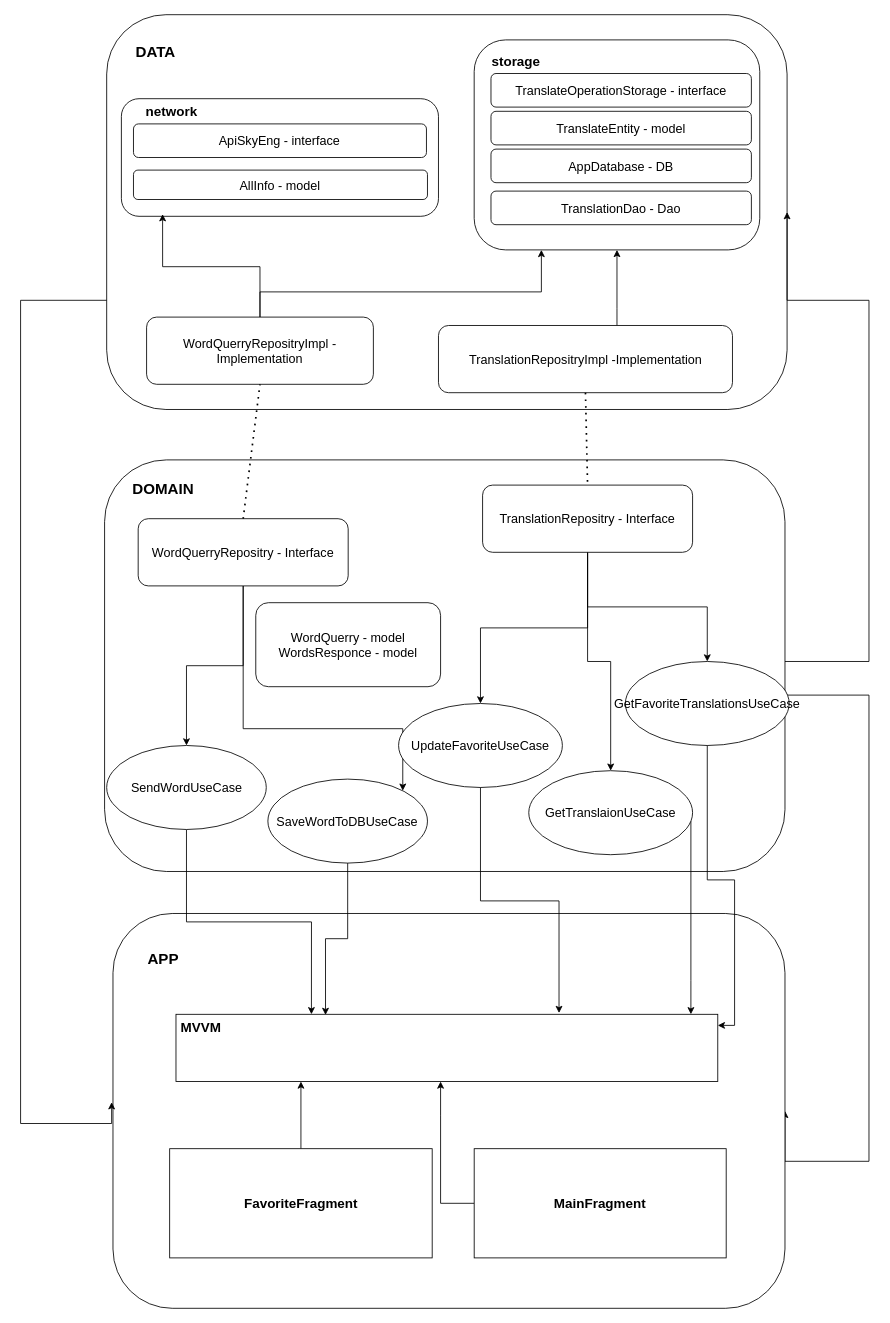
Before: architecture.drawio in borsalinho/translator, a draw.io diagram. Source tidied: cells renumbered, new cells numbered last; positions are measured from the earlier drawing's top-left corner, leaving out a move shared by most shapes. Both pictures are drawn from the tidied source at 84%, with x=0, y=0 at pixel (20, 14).
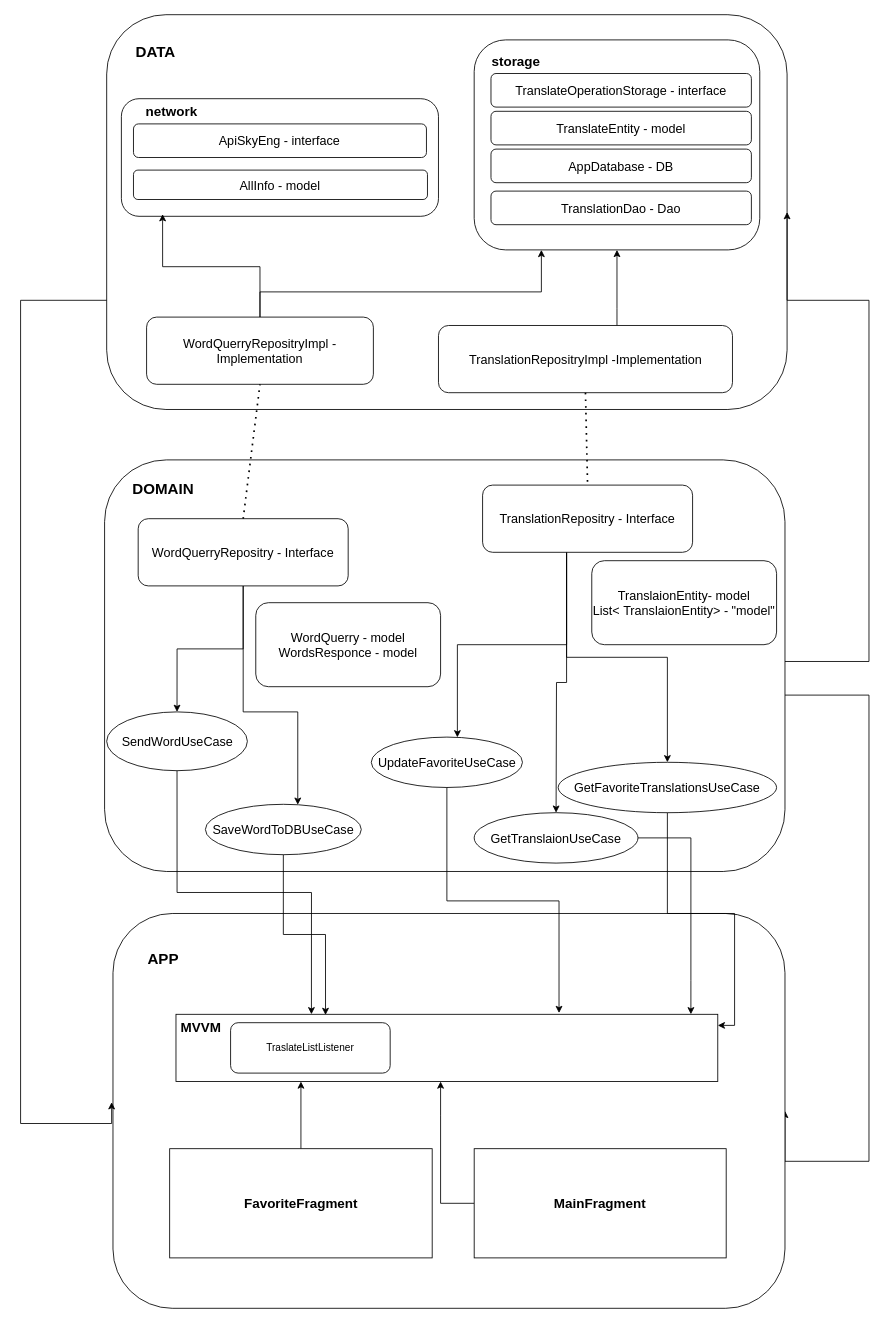
After the change.

The change refers to these unchanged cells:
```xml
<mxCell id="24" value="&lt;span style=&quot;font-size: 15px;&quot;&gt;WordQuerry&lt;/span&gt;&lt;span style=&quot;font-size: 15px; background-color: initial;&quot;&gt;Repositry - Interface&lt;/span&gt;" style="rounded=1;whiteSpace=wrap;html=1;" parent="1" vertex="1">
  <mxGeometry x="140" y="600" width="250" height="80" as="geometry" />
</mxCell>
<mxCell id="43" value="&lt;span style=&quot;font-size: 15px;&quot;&gt;TranslationRepositry - Interface&lt;/span&gt;" style="rounded=1;whiteSpace=wrap;html=1;" parent="1" vertex="1">
  <mxGeometry x="550" y="560" width="250" height="80" as="geometry" />
</mxCell>
```

Change to the diagram source:
```diff
@@
     <mxCell id="17" value="&lt;span style=&quot;font-size: 15px;&quot;&gt;SendWordUseCase&lt;/span&gt;" style="ellipse;whiteSpace=wrap;html=1;" parent="1" vertex="1">
-      <mxGeometry x="102.5" y="870" width="190" height="100" as="geometry" />
+      <mxGeometry x="102.5" y="830" width="167.5" height="70" as="geometry" />
     </mxCell>
@@
     <mxCell id="19" value="&lt;span style=&quot;font-size: 15px;&quot;&gt;GetTranslaionUseCase&lt;/span&gt;" style="ellipse;whiteSpace=wrap;html=1;" parent="1" vertex="1">
-      <mxGeometry x="605" y="900" width="195" height="100" as="geometry" />
+      <mxGeometry x="540" y="950" width="195" height="60" as="geometry" />
     </mxCell>
@@
     <mxCell id="23" style="edgeStyle=orthogonalEdgeStyle;rounded=0;jettySize=auto;html=1;" parent="1" edge="1" source="24" target="49">
       <mxGeometry relative="1" as="geometry">
         <Array as="points">
-          <mxPoint x="265" y="850" />
-          <mxPoint x="455" y="850" />
+          <mxPoint x="265" y="830" />
+          <mxPoint x="330" y="830" />
         </Array>
       </mxGeometry>
     </mxCell>
@@
     <mxCell id="40" style="edgeStyle=orthogonalEdgeStyle;rounded=0;jettySize=auto;html=1;" parent="1" edge="1" source="43" target="19">
-      <mxGeometry relative="1" as="geometry" />
+      <mxGeometry relative="1" as="geometry">
+        <Array as="points">
+          <mxPoint x="650" y="795" />
+          <mxPoint x="638" y="795" />
+        </Array>
+      </mxGeometry>
     </mxCell>
     <mxCell id="41" style="edgeStyle=orthogonalEdgeStyle;rounded=0;jettySize=auto;html=1;" parent="1" edge="1" source="43" target="51">
-      <mxGeometry relative="1" as="geometry" />
+      <mxGeometry relative="1" as="geometry">
+        <Array as="points">
+          <mxPoint x="650" y="750" />
+          <mxPoint x="520" y="750" />
+        </Array>
+      </mxGeometry>
     </mxCell>
     <mxCell id="42" style="edgeStyle=orthogonalEdgeStyle;rounded=0;jettySize=auto;html=1;" parent="1" edge="1" source="43" target="53">
-      <mxGeometry relative="1" as="geometry" />
+      <mxGeometry relative="1" as="geometry">
+        <Array as="points">
+          <mxPoint x="650" y="765" />
+          <mxPoint x="770" y="765" />
+        </Array>
+      </mxGeometry>
     </mxCell>
@@
     <mxCell id="49" value="&lt;span style=&quot;font-size: 15px;&quot;&gt;SaveWordToDBUseCase&lt;/span&gt;" style="ellipse;whiteSpace=wrap;html=1;" parent="1" vertex="1">
-      <mxGeometry x="294.4" y="910" width="190" height="100" as="geometry" />
+      <mxGeometry x="220" y="940" width="185.6" height="60" as="geometry" />
     </mxCell>
@@
     <mxCell id="51" value="&lt;span style=&quot;font-size: 15px;&quot;&gt;UpdateFavoriteUseCase&lt;/span&gt;" style="ellipse;whiteSpace=wrap;html=1;" parent="1" vertex="1">
-      <mxGeometry x="450" y="820" width="195" height="100" as="geometry" />
+      <mxGeometry x="417.5" y="860" width="180" height="60" as="geometry" />
     </mxCell>
@@
     <mxCell id="53" value="&lt;span style=&quot;font-size: 15px;&quot;&gt;GetFavoriteTranslationsUseCase&lt;/span&gt;" style="ellipse;whiteSpace=wrap;html=1;" parent="1" vertex="1">
-      <mxGeometry x="720" y="770" width="195" height="100" as="geometry" />
+      <mxGeometry x="640" y="890" width="260" height="60" as="geometry" />
     </mxCell>
@@
+    <mxCell id="55" value="TraslateListListener" style="rounded=1;whiteSpace=wrap;html=1;" parent="1" vertex="1">
+      <mxGeometry x="250" y="1200" width="190" height="60" as="geometry" />
+    </mxCell>
+    <mxCell id="56" value="&lt;font style=&quot;font-size: 15px;&quot;&gt;TranslaionEntity- model&lt;br&gt;&lt;/font&gt;&lt;div&gt;&lt;font style=&quot;font-size: 15px;&quot;&gt;List&amp;lt;&lt;/font&gt;&lt;span style=&quot;font-size: 15px; background-color: initial;&quot;&gt;&amp;nbsp;TranslaionEntity&amp;gt; - &quot;model&quot;&lt;/span&gt;&lt;/div&gt;" style="rounded=1;whiteSpace=wrap;html=1;" parent="1" vertex="1">
+      <mxGeometry x="680" y="650" width="220" height="100" as="geometry" />
+    </mxCell>
```
